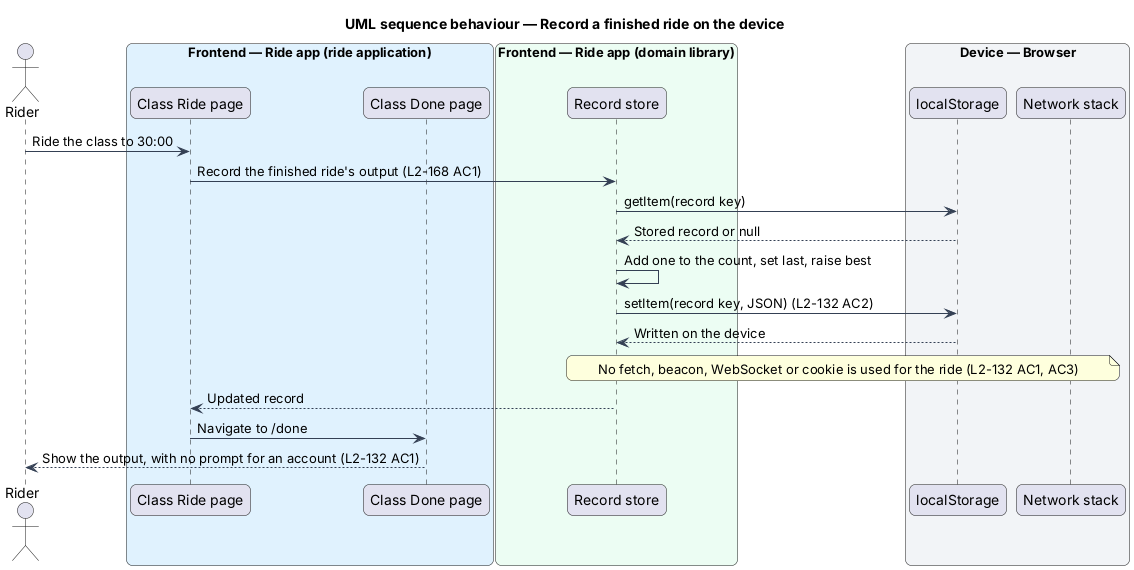
QuinntyneBrown/ride-one keeps this PlantUML diagram as docs/detailed-designs/security/keep-data-on-the-device/diagrams/sequence-record-a-finished-ride-on-the-device.png. Above is the earlier version.
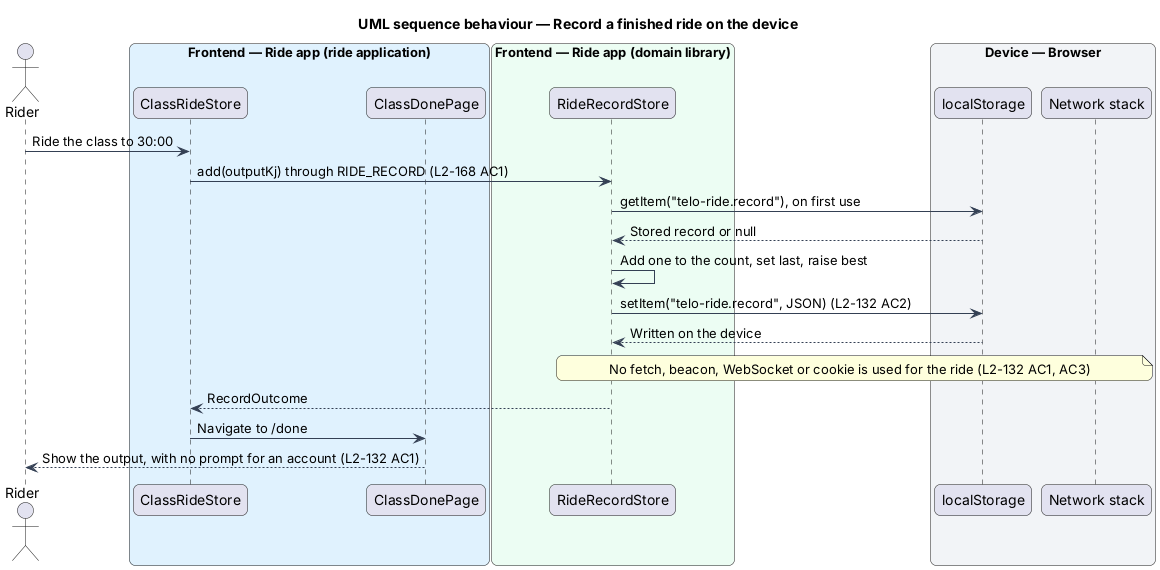
After the commit.

Diff of the diagram source:
```diff
@@ -16,25 +16,25 @@
 }
 actor "Rider" as rider
 box "Frontend — Ride app (ride application)" #E0F2FE
-  participant "Class Ride page" as ride
-  participant "Class Done page" as done
+  participant "ClassRideStore" as ride
+  participant "ClassDonePage" as done
 end box
 box "Frontend — Ride app (domain library)" #ECFDF3
-  participant "Record store" as store
+  participant "RideRecordStore" as store
 end box
 box "Device — Browser" #F2F4F7
   participant "localStorage" as ls
   participant "Network stack" as net
 end box
 rider -> ride : Ride the class to 30:00
-ride -> store : Record the finished ride's output (L2-168 AC1)
-store -> ls : getItem(record key)
+ride -> store : add(outputKj) through RIDE_RECORD (L2-168 AC1)
+store -> ls : getItem("telo-ride.record"), on first use
 ls --> store : Stored record or null
 store -> store : Add one to the count, set last, raise best
-store -> ls : setItem(record key, JSON) (L2-132 AC2)
+store -> ls : setItem("telo-ride.record", JSON) (L2-132 AC2)
 ls --> store : Written on the device
 note over store, net : No fetch, beacon, WebSocket or cookie is used for the ride (L2-132 AC1, AC3)
-store --> ride : Updated record
+store --> ride : RecordOutcome
 ride -> done : Navigate to /done
 done --> rider : Show the output, with no prompt for an account (L2-132 AC1)
 @enduml
```
